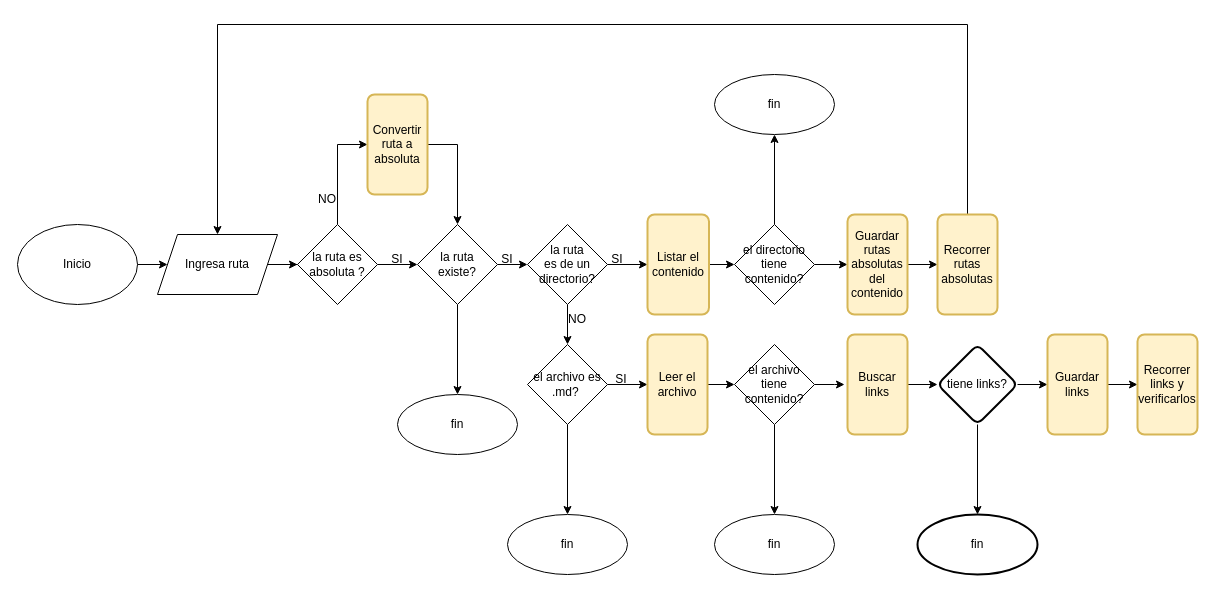
Before: Diagrama mdlinks.drawio in Abelen21/LIM018-md-links, a draw.io diagram. Source tidied: cells renumbered, new cells numbered last; positions are measured from the earlier drawing's top-left corner, leaving out a move shared by most shapes. Both pictures are drawn from the tidied source at 100%, with x=0, y=0 at pixel (17, 24).
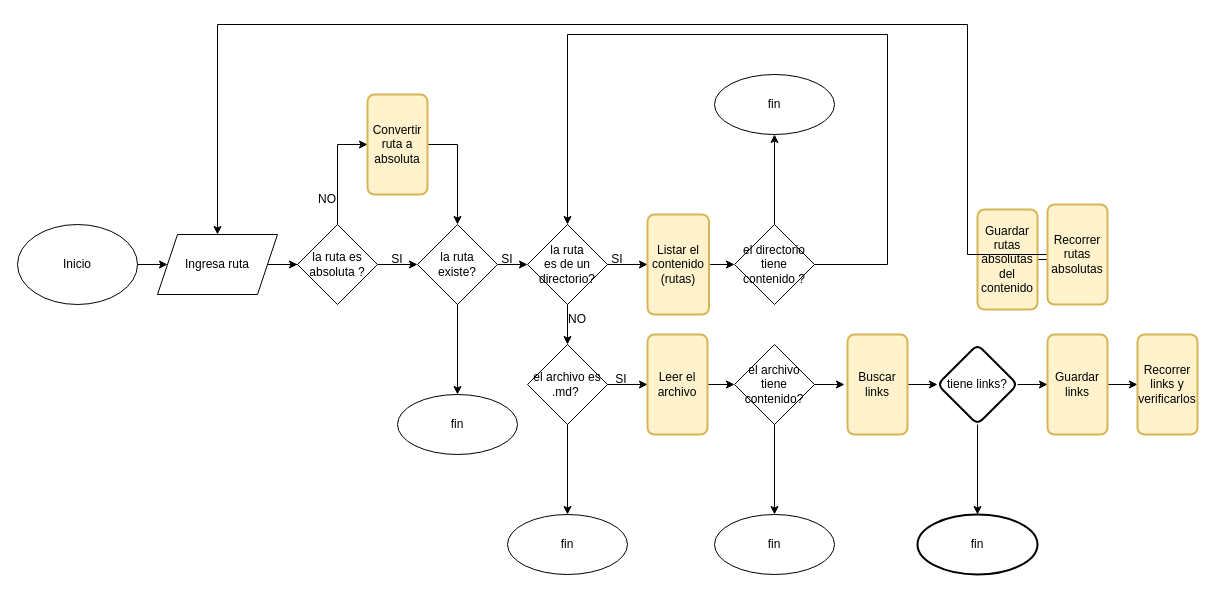
The same diagram, later.

The change refers to these unchanged cells:
```xml
<mxCell id="14" value="la ruta &lt;br&gt;es de un directorio?" style="rhombus;whiteSpace=wrap;html=1;" parent="1" vertex="1">
  <mxGeometry x="510" y="200" width="80" height="80" as="geometry" />
</mxCell>
```

The edit, as a diff of the source:
```diff
@@
-    <mxCell id="19" style="edgeStyle=orthogonalEdgeStyle;rounded=0;jettySize=auto;html=1;" parent="1" edge="1" source="20" target="50">
-      <mxGeometry relative="1" as="geometry" />
+    <mxCell id="19" style="edgeStyle=orthogonalEdgeStyle;rounded=0;jettySize=auto;html=1;entryX=0.5;entryY=0;entryDx=0;entryDy=0;" parent="1" edge="1" source="20" target="14">
+      <mxGeometry relative="1" as="geometry">
+        <Array as="points">
+          <mxPoint x="870" y="240" />
+          <mxPoint x="870" y="10" />
+          <mxPoint x="550" y="10" />
+        </Array>
+      </mxGeometry>
     </mxCell>
-    <mxCell id="20" value="el directorio tiene contenido?" style="rhombus;whiteSpace=wrap;html=1;" parent="1" vertex="1">
+    <mxCell id="20" value="el directorio tiene contenido ?" style="rhombus;whiteSpace=wrap;html=1;" parent="1" vertex="1">
       <mxGeometry x="717" y="200" width="80" height="80" as="geometry" />
     </mxCell>
@@
-    <mxCell id="37" value="Listar el contenido" style="rounded=1;whiteSpace=wrap;html=1;absoluteArcSize=1;arcSize=14;strokeWidth=2;fillColor=#fff2cc;strokeColor=#d6b656;" parent="1" vertex="1">
+    <mxCell id="37" value="Listar el contenido&lt;br&gt;(rutas)" style="rounded=1;whiteSpace=wrap;html=1;absoluteArcSize=1;arcSize=14;strokeWidth=2;fillColor=#fff2cc;strokeColor=#d6b656;" parent="1" vertex="1">
       <mxGeometry x="630" y="190" width="61.5" height="100" as="geometry" />
     </mxCell>
@@
     <mxCell id="50" value="Guardar rutas absolutas del contenido" style="rounded=1;whiteSpace=wrap;html=1;absoluteArcSize=1;arcSize=14;strokeWidth=2;fillColor=#fff2cc;strokeColor=#d6b656;" parent="1" vertex="1">
-      <mxGeometry x="830" y="190" width="60" height="100" as="geometry" />
+      <mxGeometry x="960" y="185" width="60" height="100" as="geometry" />
     </mxCell>
@@
     <mxCell id="52" value="Recorrer rutas absolutas" style="rounded=1;whiteSpace=wrap;html=1;absoluteArcSize=1;arcSize=14;strokeWidth=2;fillColor=#fff2cc;strokeColor=#d6b656;" parent="1" vertex="1">
-      <mxGeometry x="920" y="190" width="60" height="100" as="geometry" />
+      <mxGeometry x="1030" y="180" width="60" height="100" as="geometry" />
     </mxCell>
```
